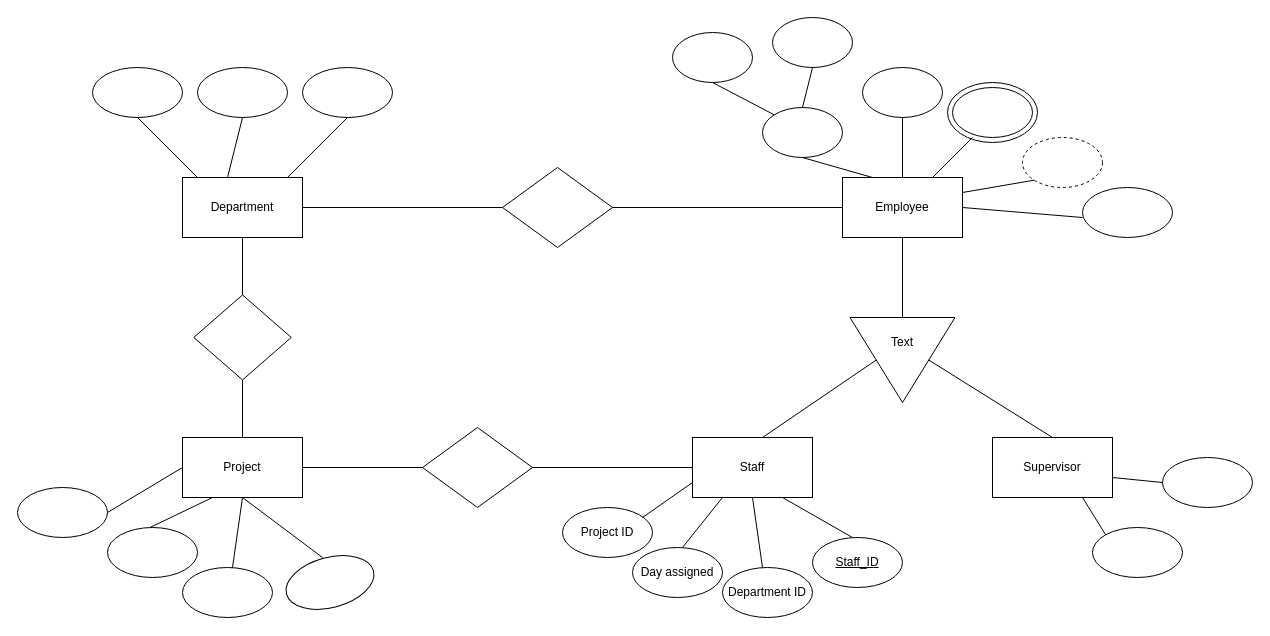
Earlier version of the draw.io diagram Untitled Diagram.drawio (Mukela12/trace). Source tidied: cells renumbered, new cells numbered last; positions are measured from the earlier drawing's top-left corner, leaving out a move shared by most shapes. Both pictures are drawn from the tidied source at 100%, with x=0, y=0 at pixel (17, 17).
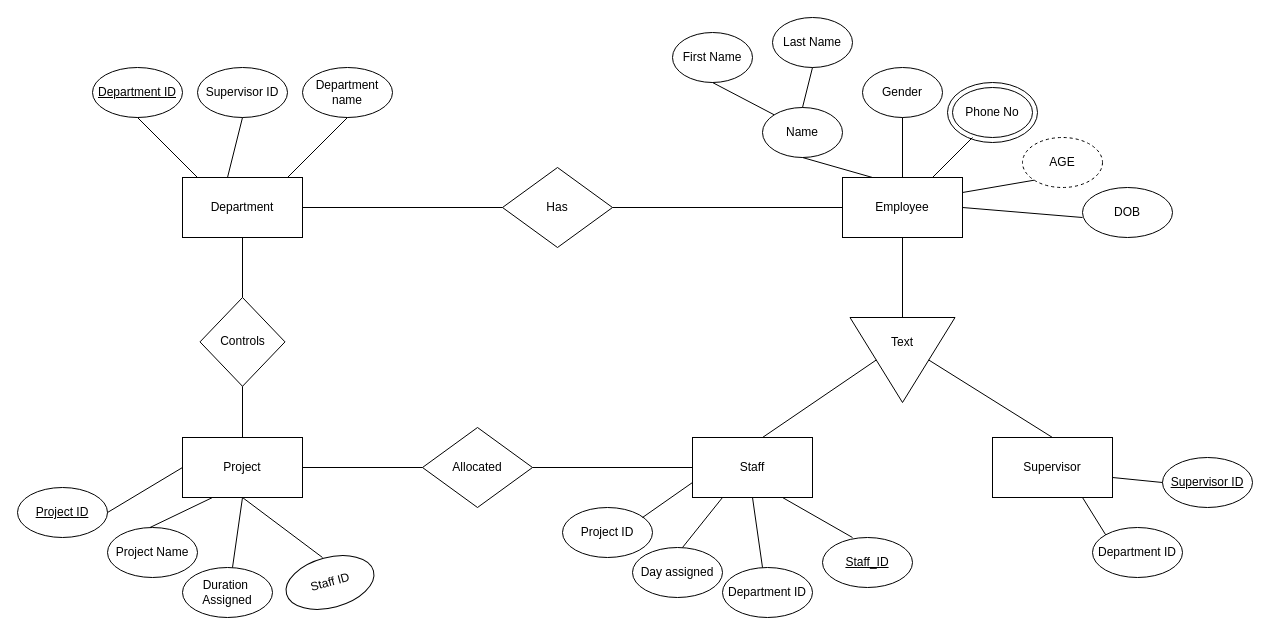
The same page after the edit.

The change refers to these unchanged cells:
```xml
<mxCell id="2" value="Department" style="rounded=0;whiteSpace=wrap;html=1;" parent="1" vertex="1">
  <mxGeometry x="165" y="160" width="120" height="60" as="geometry" />
</mxCell>
<mxCell id="26" value="Project" style="rounded=0;whiteSpace=wrap;html=1;" parent="1" vertex="1">
  <mxGeometry x="165" y="420" width="120" height="60" as="geometry" />
</mxCell>
```

The edit, as a diff of the source:
```diff
@@
-    <mxCell id="3" style="ellipse;whiteSpace=wrap;html=1;" parent="1" vertex="1">
+    <mxCell id="3" value="Department name" style="ellipse;whiteSpace=wrap;html=1;" parent="1" vertex="1">
       <mxGeometry x="285" y="50" width="90" height="50" as="geometry" />
     </mxCell>
-    <mxCell id="4" style="ellipse;whiteSpace=wrap;html=1;" parent="1" vertex="1">
+    <mxCell id="4" value="Supervisor ID" style="ellipse;whiteSpace=wrap;html=1;" parent="1" vertex="1">
       <mxGeometry x="180" y="50" width="90" height="50" as="geometry" />
     </mxCell>
-    <mxCell id="5" style="ellipse;whiteSpace=wrap;html=1;" parent="1" vertex="1">
+    <mxCell id="5" value="&lt;u&gt;Department ID&lt;/u&gt;" style="ellipse;whiteSpace=wrap;html=1;" parent="1" vertex="1">
       <mxGeometry x="75" y="50" width="90" height="50" as="geometry" />
     </mxCell>
@@
-    <mxCell id="10" style="ellipse;whiteSpace=wrap;html=1;" parent="1" vertex="1">
+    <mxCell id="10" value="Name" style="ellipse;whiteSpace=wrap;html=1;" parent="1" vertex="1">
       <mxGeometry x="745" y="90" width="80" height="50" as="geometry" />
     </mxCell>
-    <mxCell id="11" style="ellipse;whiteSpace=wrap;html=1;" parent="1" vertex="1">
+    <mxCell id="11" value="Gender" style="ellipse;whiteSpace=wrap;html=1;" parent="1" vertex="1">
       <mxGeometry x="845" y="50" width="80" height="50" as="geometry" />
     </mxCell>
@@
-    <mxCell id="13" style="ellipse;whiteSpace=wrap;html=1;" parent="1" vertex="1">
+    <mxCell id="13" value="Phone No" style="ellipse;whiteSpace=wrap;html=1;" parent="1" vertex="1">
       <mxGeometry x="935" y="70" width="80" height="50" as="geometry" />
     </mxCell>
-    <mxCell id="14" style="ellipse;whiteSpace=wrap;html=1;dashed=1;" parent="1" vertex="1">
+    <mxCell id="14" value="AGE" style="ellipse;whiteSpace=wrap;html=1;dashed=1;" parent="1" vertex="1">
       <mxGeometry x="1005" y="120" width="80" height="50" as="geometry" />
     </mxCell>
-    <mxCell id="15" style="ellipse;whiteSpace=wrap;html=1;" parent="1" vertex="1">
+    <mxCell id="15" value="First Name" style="ellipse;whiteSpace=wrap;html=1;" parent="1" vertex="1">
       <mxGeometry x="655" y="15" width="80" height="50" as="geometry" />
     </mxCell>
-    <mxCell id="16" style="ellipse;whiteSpace=wrap;html=1;" parent="1" vertex="1">
+    <mxCell id="16" value="Last Name" style="ellipse;whiteSpace=wrap;html=1;" parent="1" vertex="1">
       <mxGeometry x="755" width="80" height="50" as="geometry" />
     </mxCell>
@@
-    <mxCell id="27" style="rhombus;whiteSpace=wrap;html=1;" parent="1" vertex="1">
+    <mxCell id="27" value="Allocated" style="rhombus;whiteSpace=wrap;html=1;" parent="1" vertex="1">
       <mxGeometry x="405" y="410" width="110" height="80" as="geometry" />
     </mxCell>
-    <mxCell id="28" style="rhombus;whiteSpace=wrap;html=1;rotation=-90;" parent="1" vertex="1">
-      <mxGeometry x="182.5" y="271.2" width="85" height="97.5" as="geometry" />
+    <mxCell id="28" value="Controls" style="rhombus;whiteSpace=wrap;html=1;rotation=0;" parent="1" vertex="1">
+      <mxGeometry x="182.5" y="280" width="85" height="88.8" as="geometry" />
     </mxCell>
-    <mxCell id="29" style="rhombus;whiteSpace=wrap;html=1;" parent="1" vertex="1">
+    <mxCell id="29" value="Has" style="rhombus;whiteSpace=wrap;html=1;" parent="1" vertex="1">
       <mxGeometry x="485" y="150" width="110" height="80" as="geometry" />
     </mxCell>
@@
-    <mxCell id="32" style="endArrow=none;html=1;rounded=0;exitX=1;exitY=0.5;exitDx=0;exitDy=0;" parent="1" edge="1" source="28" target="2">
+    <mxCell id="32" style="endArrow=none;html=1;rounded=0;exitX=0.5;exitY=0;exitDx=0;exitDy=0;" parent="1" edge="1" source="28" target="2">
       <mxGeometry relative="1" as="geometry" />
     </mxCell>
-    <mxCell id="33" style="endArrow=none;html=1;rounded=0;entryX=0;entryY=0.5;entryDx=0;entryDy=0;exitX=0.5;exitY=0;exitDx=0;exitDy=0;" parent="1" edge="1" source="26" target="28">
+    <mxCell id="33" style="endArrow=none;html=1;rounded=0;entryX=0.5;entryY=1;entryDx=0;entryDy=0;exitX=0.5;exitY=0;exitDx=0;exitDy=0;" parent="1" edge="1" source="26" target="28">
       <mxGeometry relative="1" as="geometry" />
     </mxCell>
@@
-    <mxCell id="39" style="ellipse;whiteSpace=wrap;html=1;rotation=-15;" parent="1" vertex="1">
+    <mxCell id="39" value="Staff ID" style="ellipse;whiteSpace=wrap;html=1;rotation=-15;" parent="1" vertex="1">
       <mxGeometry x="267.5" y="540" width="90" height="50" as="geometry" />
     </mxCell>
-    <mxCell id="40" style="ellipse;whiteSpace=wrap;html=1;" parent="1" vertex="1">
+    <mxCell id="40" value="Duration&amp;nbsp;&lt;br&gt;Assigned" style="ellipse;whiteSpace=wrap;html=1;" parent="1" vertex="1">
       <mxGeometry x="165" y="550" width="90" height="50" as="geometry" />
     </mxCell>
-    <mxCell id="41" style="ellipse;whiteSpace=wrap;html=1;" parent="1" vertex="1">
+    <mxCell id="41" value="Project Name" style="ellipse;whiteSpace=wrap;html=1;" parent="1" vertex="1">
       <mxGeometry x="90" y="510" width="90" height="50" as="geometry" />
     </mxCell>
@@
-    <mxCell id="45" style="ellipse;whiteSpace=wrap;html=1;" parent="1" vertex="1">
+    <mxCell id="45" value="&lt;u&gt;Project ID&lt;/u&gt;" style="ellipse;whiteSpace=wrap;html=1;" parent="1" vertex="1">
       <mxGeometry y="470" width="90" height="50" as="geometry" />
     </mxCell>
@@
-    <mxCell id="47" style="ellipse;whiteSpace=wrap;html=1;" parent="1" vertex="1">
+    <mxCell id="47" value="&lt;u&gt;Supervisor ID&lt;/u&gt;" style="ellipse;whiteSpace=wrap;html=1;" parent="1" vertex="1">
       <mxGeometry x="1145" y="440" width="90" height="50" as="geometry" />
     </mxCell>
-    <mxCell id="48" style="ellipse;whiteSpace=wrap;html=1;" parent="1" vertex="1">
+    <mxCell id="48" value="Department ID" style="ellipse;whiteSpace=wrap;html=1;" parent="1" vertex="1">
       <mxGeometry x="1075" y="510" width="90" height="50" as="geometry" />
     </mxCell>
@@
     <mxCell id="57" value="&lt;u&gt;Staff_ID&lt;/u&gt;" style="ellipse;whiteSpace=wrap;html=1;" parent="1" vertex="1">
-      <mxGeometry x="795" y="520" width="90" height="50" as="geometry" />
+      <mxGeometry x="805" y="520" width="90" height="50" as="geometry" />
     </mxCell>
@@
-    <mxCell id="59" style="ellipse;whiteSpace=wrap;html=1;" parent="1" vertex="1">
+    <mxCell id="59" value="DOB" style="ellipse;whiteSpace=wrap;html=1;" parent="1" vertex="1">
       <mxGeometry x="1065" y="170" width="90" height="50" as="geometry" />
     </mxCell>
```
